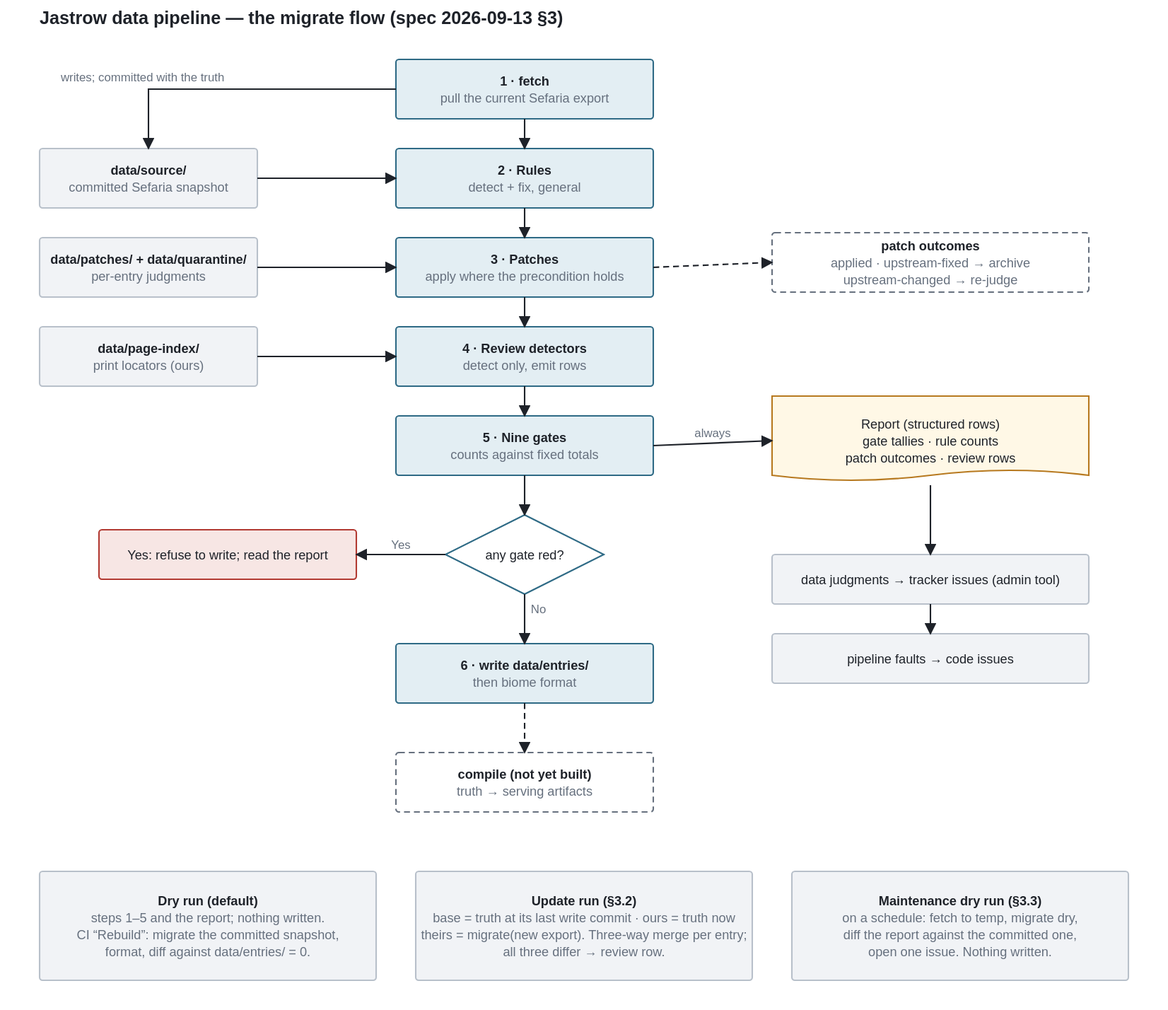
UniquePixels/jastrow keeps this draw.io diagram as docs/pipeline-flow.drawio.svg. Above is the earlier version. Source tidied: cells renumbered, new cells last; positions are measured from the earlier drawing's top-left corner, leaving out a move shared by most shapes.
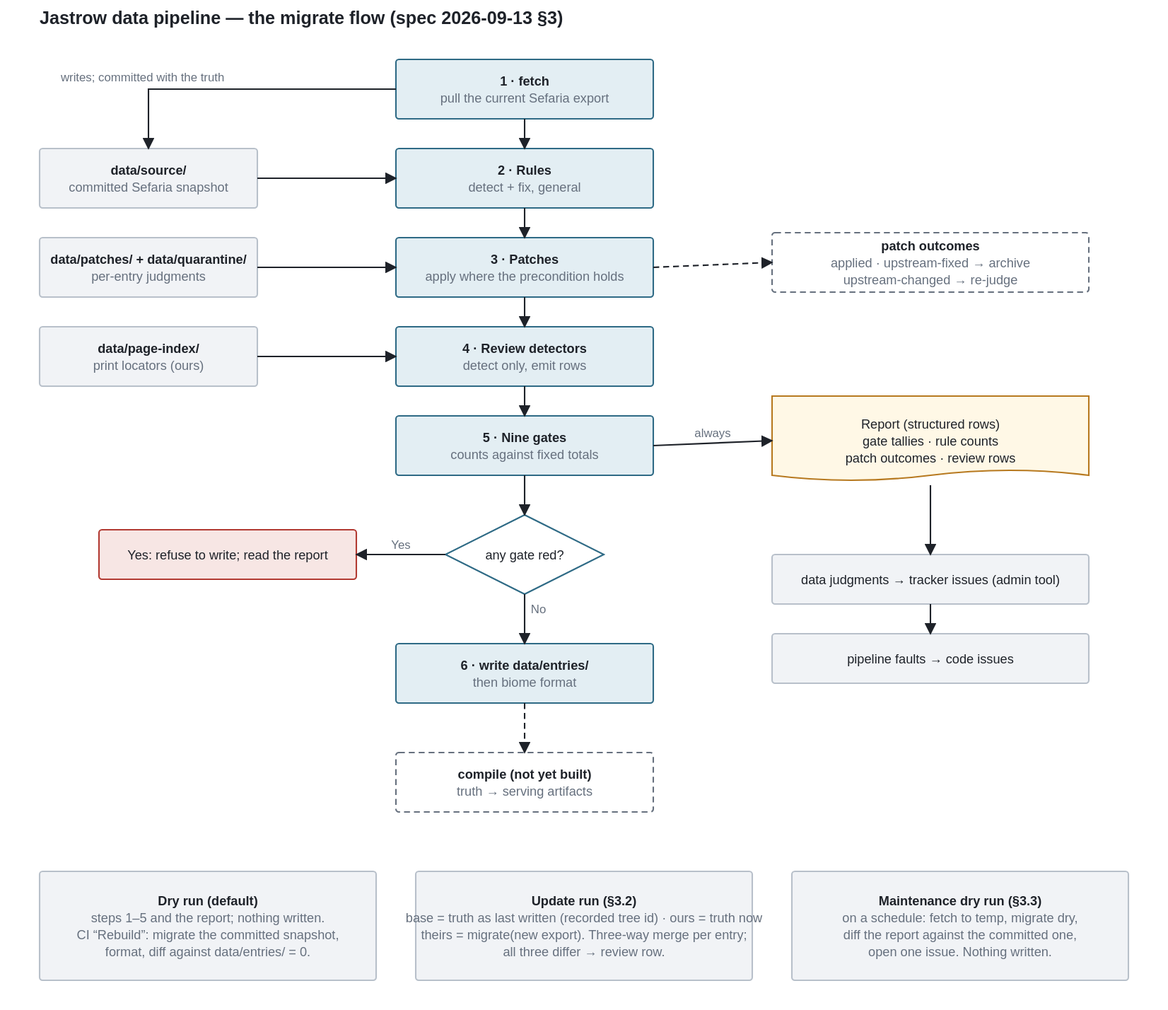
Above is the later version.

Commit message:
📖 doc(specs): base identity is a tree id

A commit sha recorded inside the commit it names is circular and
a squash merge rewrites it. The update merge's base is now the
data/entries tree as last written, identified by its git tree
object id in a committed file (content-addressed, stable).

Diff of the diagram source:
```diff
@@ -56,7 +56,7 @@
     <mxCell id="19" value="&lt;b&gt;Dry run (default)&lt;/b&gt;&lt;br&gt;steps 1–5 and the report; nothing written.&lt;br&gt;CI “Rebuild”: migrate the committed snapshot,&lt;br&gt;format, diff against data/entries/ = 0." style="rounded=1;arcSize=6;whiteSpace=wrap;html=1;fontFamily=Helvetica;fontSize=13;fontColor=#1E2229;fillColor=#F1F3F6;strokeColor=#B8C0CA;" parent="1" vertex="1">
       <mxGeometry y="878" width="340" height="110" as="geometry" />
     </mxCell>
-    <mxCell id="20" value="&lt;b&gt;Update run (§3.2)&lt;/b&gt;&lt;br&gt;base = truth at its last write commit · ours = truth now&lt;br&gt;theirs = migrate(new export). Three-way merge per entry;&lt;br&gt;all three differ → review row." style="rounded=1;arcSize=6;whiteSpace=wrap;html=1;fontFamily=Helvetica;fontSize=13;fontColor=#1E2229;fillColor=#F1F3F6;strokeColor=#B8C0CA;" parent="1" vertex="1">
+    <mxCell id="20" value="&lt;b&gt;Update run (§3.2)&lt;/b&gt;&lt;br&gt;base = truth as last written (recorded tree id) · ours = truth now&lt;br&gt;theirs = migrate(new export). Three-way merge per entry;&lt;br&gt;all three differ → review row." style="rounded=1;arcSize=6;whiteSpace=wrap;html=1;fontFamily=Helvetica;fontSize=13;fontColor=#1E2229;fillColor=#F1F3F6;strokeColor=#B8C0CA;" parent="1" vertex="1">
       <mxGeometry x="380" y="878" width="340" height="110" as="geometry" />
     </mxCell>
     <mxCell id="21" value="&lt;b&gt;Maintenance dry run (§3.3)&lt;/b&gt;&lt;br&gt;on a schedule: fetch to temp, migrate dry,&lt;br&gt;diff the report against the committed one,&lt;br&gt;open one issue. Nothing written." style="rounded=1;arcSize=6;whiteSpace=wrap;html=1;fontFamily=Helvetica;fontSize=13;fontColor=#1E2229;fillColor=#F1F3F6;strokeColor=#B8C0CA;" parent="1" vertex="1">
```
